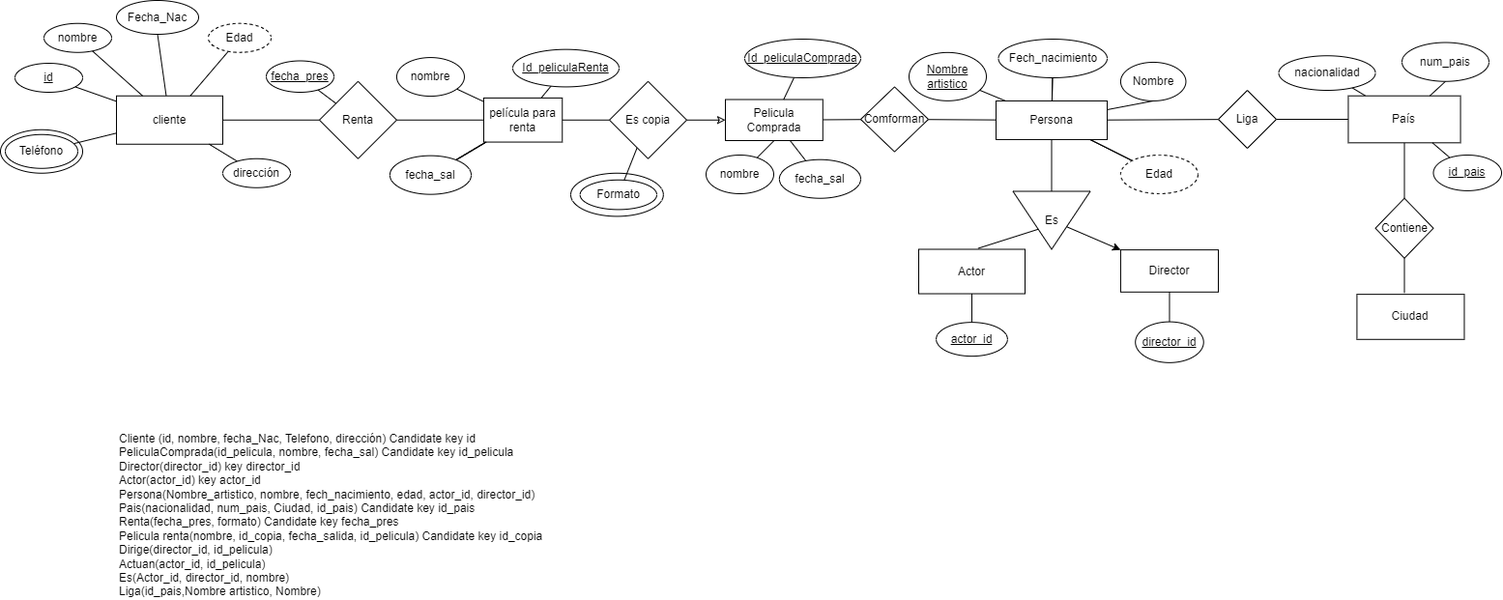
Before: videoStore.drawio.png, a diagram exported from draw.io (jesalazaro/ER-diagrams). Source tidied: cells renumbered, new cells last; positions are measured from the earlier drawing's top-left corner, leaving out a move shared by most shapes.
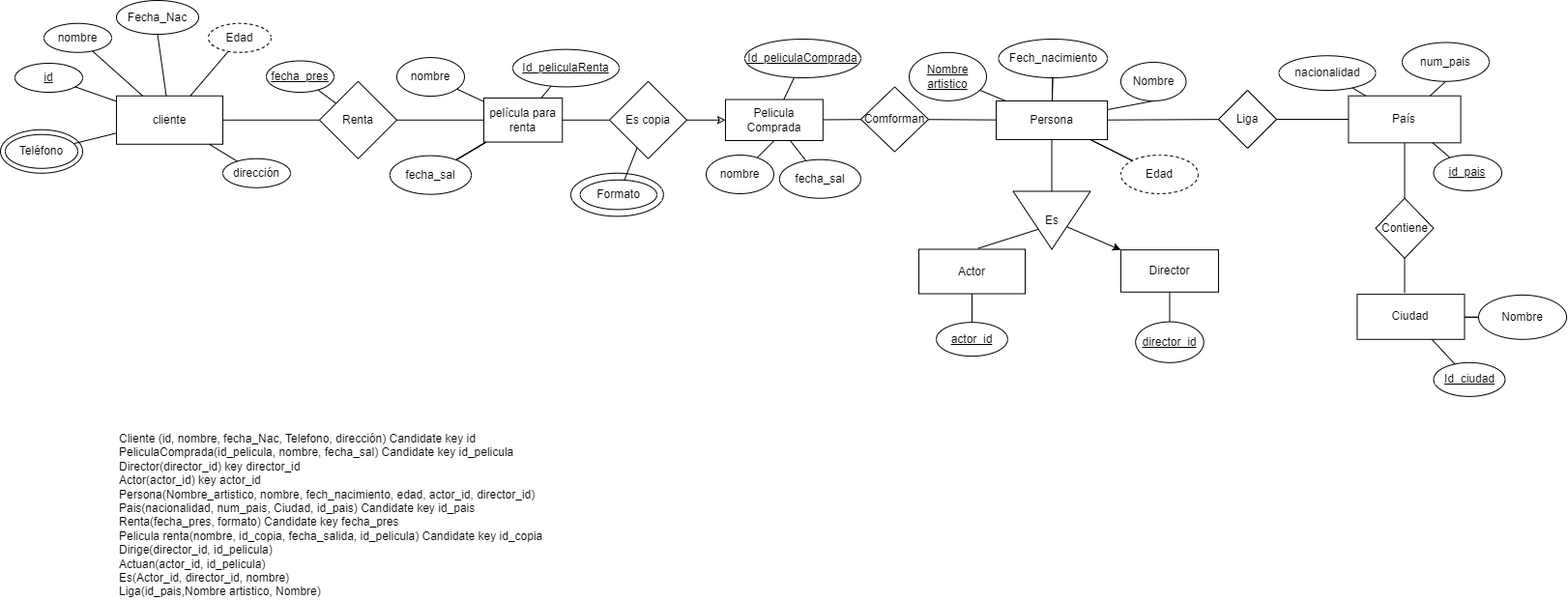
After the commit.

What changed in the source:
```diff
@@ -231,6 +231,15 @@
     <mxCell id="71" value="Contiene" style="rhombus;whiteSpace=wrap;html=1;rounded=0;" parent="1" vertex="1">
       <mxGeometry x="1422.5" y="204.7" width="60" height="62" as="geometry" />
     </mxCell>
+    <mxCell id="91" style="edgeStyle=none;rounded=0;jettySize=auto;html=1;startArrow=none;startFill=0;endArrow=none;endFill=0;" parent="1" edge="1" source="72" target="94">
+      <mxGeometry relative="1" as="geometry" />
+    </mxCell>
+    <mxCell id="92" style="edgeStyle=none;rounded=0;jettySize=auto;html=1;startArrow=none;startFill=0;endArrow=none;endFill=0;" parent="1" edge="1" source="72" target="94">
+      <mxGeometry relative="1" as="geometry" />
+    </mxCell>
+    <mxCell id="93" style="edgeStyle=none;rounded=0;jettySize=auto;html=1;startArrow=none;startFill=0;endArrow=none;endFill=0;" parent="1" edge="1" source="72" target="95">
+      <mxGeometry relative="1" as="geometry" />
+    </mxCell>
     <mxCell id="72" value="Ciudad" style="whiteSpace=wrap;html=1;rounded=0;" parent="1" vertex="1">
       <mxGeometry x="1403.4" y="304.1" width="111.1" height="46.6" as="geometry" />
     </mxCell>
@@ -288,5 +297,11 @@
     <mxCell id="90" value="nombre" style="ellipse;whiteSpace=wrap;html=1;rounded=0;" parent="1" vertex="1">
       <mxGeometry x="730" y="160" width="70" height="40" as="geometry" />
     </mxCell>
+    <mxCell id="94" value="Nombre" style="ellipse;whiteSpace=wrap;html=1;rounded=0;" parent="1" vertex="1">
+      <mxGeometry x="1529" y="304.9" width="91.1" height="45.9" as="geometry" />
+    </mxCell>
+    <mxCell id="95" value="&lt;u&gt;Id_ciudad&lt;/u&gt;" style="ellipse;whiteSpace=wrap;html=1;rounded=0;" parent="1" vertex="1">
+      <mxGeometry x="1482.5" y="374.8" width="73.9" height="35" as="geometry" />
+    </mxCell>
   </root>
 </mxGraphModel>
```
